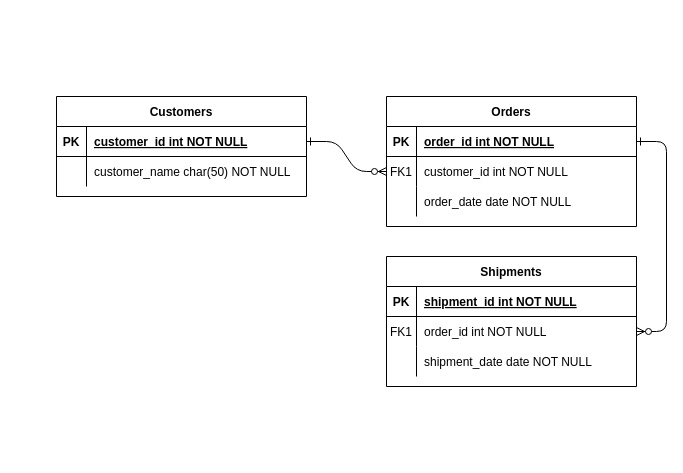
Earlier version of the draw.io diagram Diagrama sin título.drawio (Kekko1984/CoderhouseProjects). Source tidied: cells renumbered, new cells numbered last; positions are measured from the earlier drawing's top-left corner, leaving out a move shared by most shapes. Both pictures are drawn from the tidied source at 100%, with x=0, y=0 at pixel (56, 96).
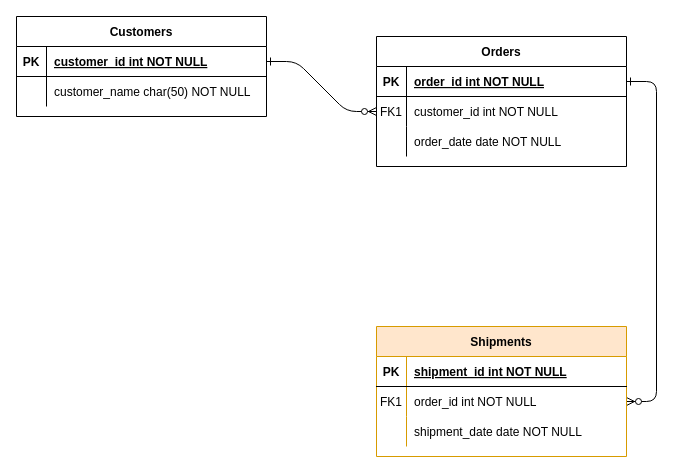
The same page after the edit.

What changed in the source:
```diff
@@
     <mxCell id="4" value="Orders" style="shape=table;startSize=30;childLayout=tableLayout;rowLines=0;fontStyle=1;align=center;" parent="1" vertex="1">
-      <mxGeometry x="330" width="250" height="130" as="geometry" />
+      <mxGeometry x="320" y="-60" width="250" height="130" as="geometry" />
     </mxCell>
@@
-    <mxCell id="14" value="Shipments" style="shape=table;startSize=30;childLayout=tableLayout;rowLines=0;fontStyle=1;align=center;" parent="1" vertex="1">
-      <mxGeometry x="330" y="160" width="250" height="130" as="geometry" />
+    <mxCell id="14" value="Shipments" style="shape=table;startSize=30;childLayout=tableLayout;rowLines=0;fontStyle=1;align=center;fillColor=#ffe6cc;strokeColor=#d79b00;" parent="1" vertex="1">
+      <mxGeometry x="320" y="230" width="250" height="130" as="geometry" />
     </mxCell>
@@
     <mxCell id="24" value="Customers" style="shape=table;startSize=30;childLayout=tableLayout;rowLines=0;fontStyle=1;align=center;" parent="1" vertex="1">
-      <mxGeometry width="250" height="100" as="geometry" />
+      <mxGeometry x="-40" y="-80" width="250" height="100" as="geometry" />
     </mxCell>
```
